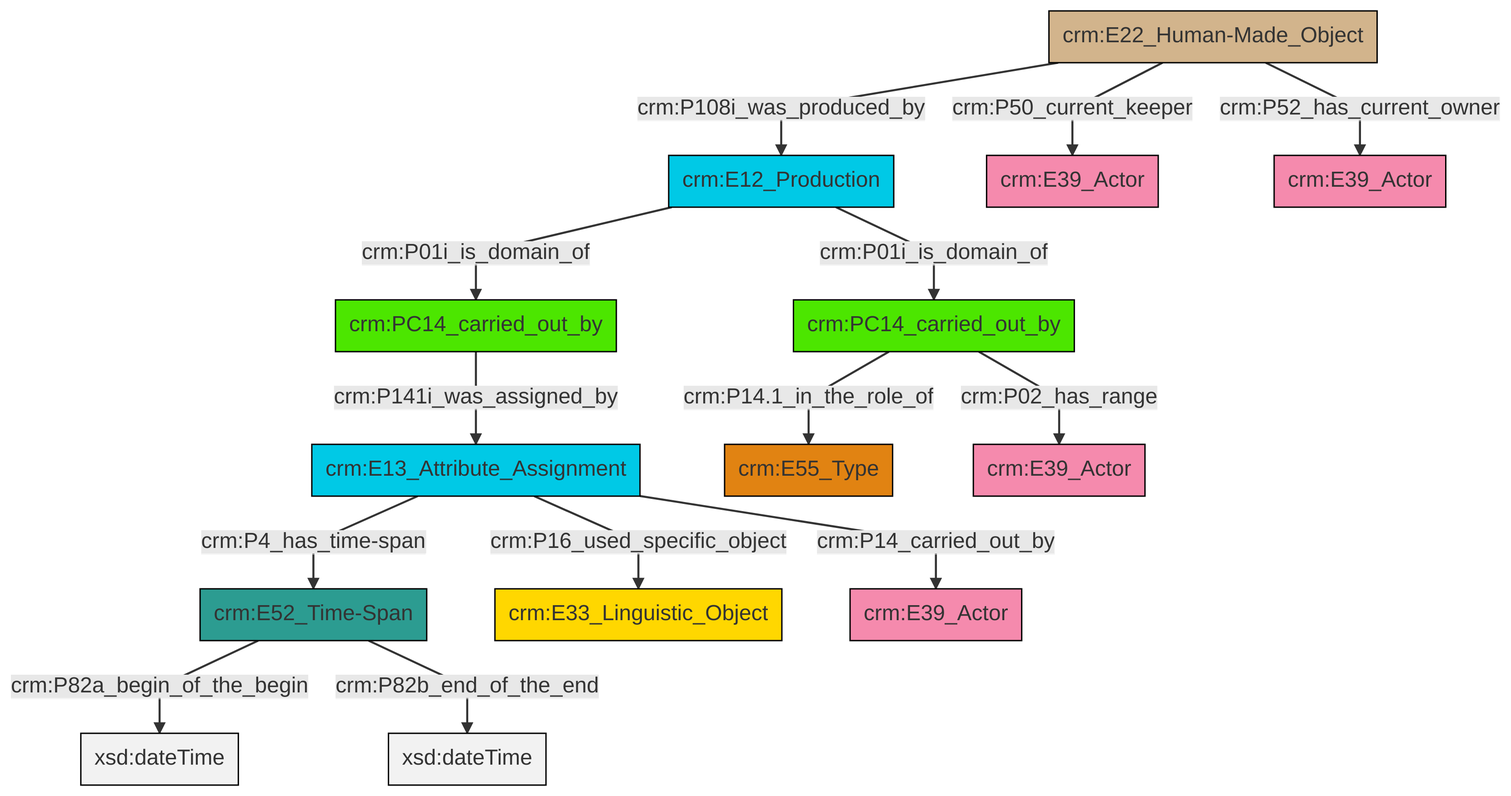
The Mermaid diagram et/carrierCSV/ttl/mmd/png/carrier_relations.png in swiss-art-research-net/docs.swissartresearch, before a commit. Its source is kept beside it as et/carrierCSV/ttl/mmd/carrier_relations.ttl.mmd.
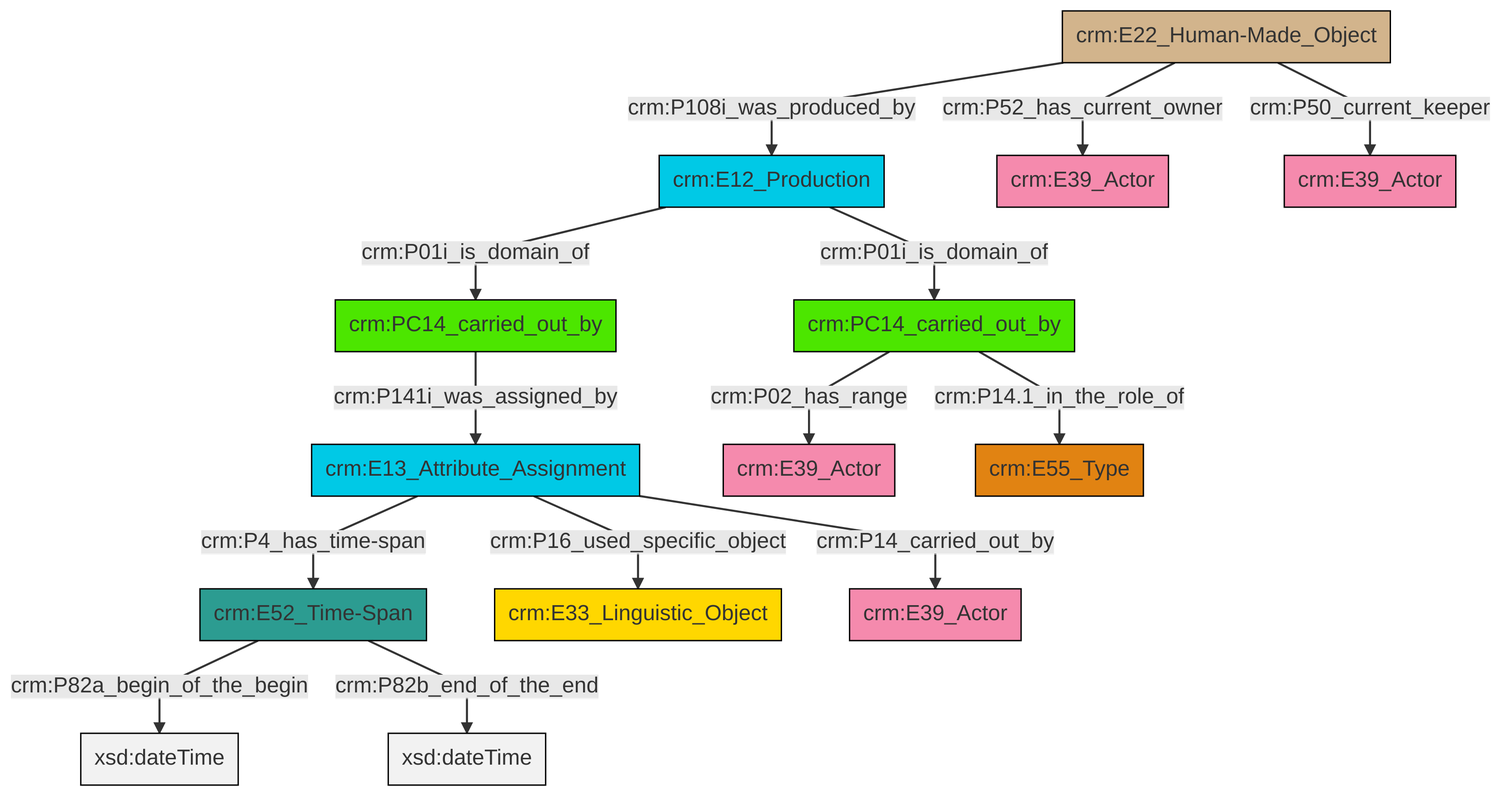
Later version of the same file.

What changed in the source:
```diff
@@ -13,16 +13,16 @@
 classDef PC_Classes fill:#4ce600, stroke:#000000;
 classDef Multi fill:#cccccc,stroke:#000000;
 
-0["crm:E52_Time-Span"]:::Time-Span -->|crm:P82a_begin_of_the_begin| 1[xsd:dateTime]:::Literal
-2["crm:E12_Production"]:::Temporal_Entity -->|crm:P01i_is_domain_of| 3["crm:PC14_carried_out_by"]:::PC_Classes
-4["crm:E13_Attribute_Assignment"]:::Temporal_Entity -->|crm:P16_used_specific_object| 5["crm:E33_Linguistic_Object"]:::Conceptual_Object
-8["crm:E22_Human-Made_Object"]:::Physical_Thing -->|crm:P50_current_keeper| 6["crm:E39_Actor"]:::Actor
-4["crm:E13_Attribute_Assignment"]:::Temporal_Entity -->|crm:P14_carried_out_by| 11["crm:E39_Actor"]:::Actor
-8["crm:E22_Human-Made_Object"]:::Physical_Thing -->|crm:P52_has_current_owner| 12["crm:E39_Actor"]:::Actor
-4["crm:E13_Attribute_Assignment"]:::Temporal_Entity -->|crm:P4_has_time-span| 0["crm:E52_Time-Span"]:::Time-Span
-21["crm:PC14_carried_out_by"]:::PC_Classes -->|crm:P141i_was_assigned_by| 4["crm:E13_Attribute_Assignment"]:::Temporal_Entity
-3["crm:PC14_carried_out_by"]:::PC_Classes -->|crm:P02_has_range| 18["crm:E39_Actor"]:::Actor
-8["crm:E22_Human-Made_Object"]:::Physical_Thing -->|crm:P108i_was_produced_by| 2["crm:E12_Production"]:::Temporal_Entity
-2["crm:E12_Production"]:::Temporal_Entity -->|crm:P01i_is_domain_of| 21["crm:PC14_carried_out_by"]:::PC_Classes
-0["crm:E52_Time-Span"]:::Time-Span -->|crm:P82b_end_of_the_end| 25[xsd:dateTime]:::Literal
-3["crm:PC14_carried_out_by"]:::PC_Classes -->|crm:P14.1_in_the_role_of| 16["crm:E55_Type"]:::Type
+2["crm:E52_Time-Span"]:::Time-Span -->|crm:P82a_begin_of_the_begin| 3[xsd:dateTime]:::Literal
+0["crm:E13_Attribute_Assignment"]:::Temporal_Entity -->|crm:P16_used_specific_object| 4["crm:E33_Linguistic_Object"]:::Conceptual_Object
+5["crm:PC14_carried_out_by"]:::PC_Classes -->|crm:P141i_was_assigned_by| 0["crm:E13_Attribute_Assignment"]:::Temporal_Entity
+8["crm:E12_Production"]:::Temporal_Entity -->|crm:P01i_is_domain_of| 9["crm:PC14_carried_out_by"]:::PC_Classes
+9["crm:PC14_carried_out_by"]:::PC_Classes -->|crm:P02_has_range| 10["crm:E39_Actor"]:::Actor
+6["crm:E22_Human-Made_Object"]:::Physical_Thing -->|crm:P50_current_keeper| 14["crm:E39_Actor"]:::Actor
+0["crm:E13_Attribute_Assignment"]:::Temporal_Entity -->|crm:P4_has_time-span| 2["crm:E52_Time-Span"]:::Time-Span
+8["crm:E12_Production"]:::Temporal_Entity -->|crm:P01i_is_domain_of| 5["crm:PC14_carried_out_by"]:::PC_Classes
+6["crm:E22_Human-Made_Object"]:::Physical_Thing -->|crm:P108i_was_produced_by| 8["crm:E12_Production"]:::Temporal_Entity
+2["crm:E52_Time-Span"]:::Time-Span -->|crm:P82b_end_of_the_end| 24[xsd:dateTime]:::Literal
+6["crm:E22_Human-Made_Object"]:::Physical_Thing -->|crm:P52_has_current_owner| 11["crm:E39_Actor"]:::Actor
+9["crm:PC14_carried_out_by"]:::PC_Classes -->|crm:P14.1_in_the_role_of| 15["crm:E55_Type"]:::Type
+0["crm:E13_Attribute_Assignment"]:::Temporal_Entity -->|crm:P14_carried_out_by| 20["crm:E39_Actor"]:::Actor
```
